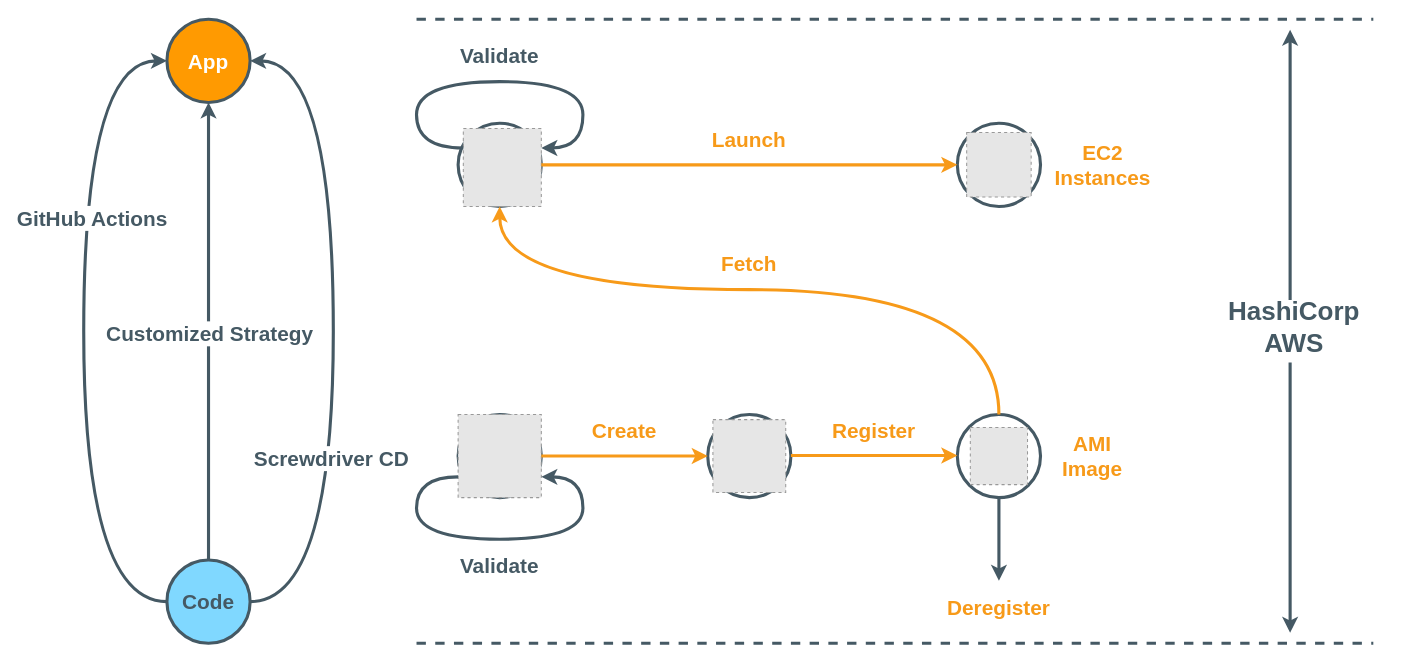
paion-data/immutable-infrastructure-as-a-service keeps this draw.io diagram as docs/docs/img/iiaas.drawio. Above is the earlier version. Source tidied: cells renumbered, new cells numbered last; positions are measured from the earlier drawing's top-left corner, leaving out a move shared by most shapes. Both pictures are drawn from the tidied source at 104%, with x=0, y=0 at pixel (83, 19). Pictures stored in the file or linked from it are replaced by grey dashed boxes.
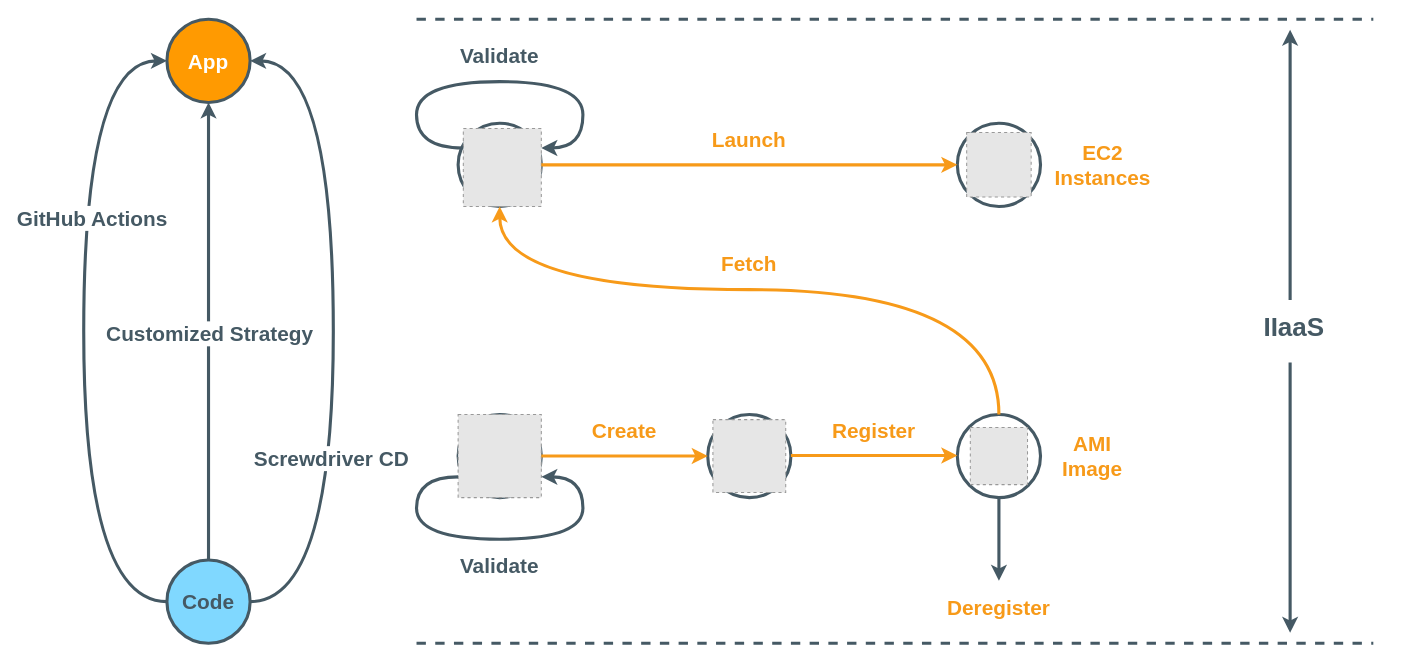
Above is the later version.

Commit message (it also covers changes not shown here):
Change top README's narrative from 'hashicorp-aws' to 'IIaaS' (#85)

What changed in the source:
```diff
@@
-    <mxCell id="32" value="&lt;b&gt;&lt;font color=&quot;#455964&quot; style=&quot;font-size: 25px;&quot;&gt;HashiCorp AWS&lt;/font&gt;&lt;/b&gt;" style="text;html=1;strokeColor=none;fillColor=none;align=center;verticalAlign=middle;whiteSpace=wrap;rounded=0;fontFamily=Ubuntu;" parent="1" vertex="1">
+    <mxCell id="32" value="&lt;b&gt;&lt;font color=&quot;#455964&quot; style=&quot;font-size: 25px;&quot;&gt;IIaaS&lt;/font&gt;&lt;/b&gt;" style="text;html=1;strokeColor=none;fillColor=none;align=center;verticalAlign=middle;whiteSpace=wrap;rounded=0;fontFamily=Ubuntu;" parent="1" vertex="1">
       <mxGeometry x="1070" y="280" width="188" height="30" as="geometry" />
     </mxCell>
```
